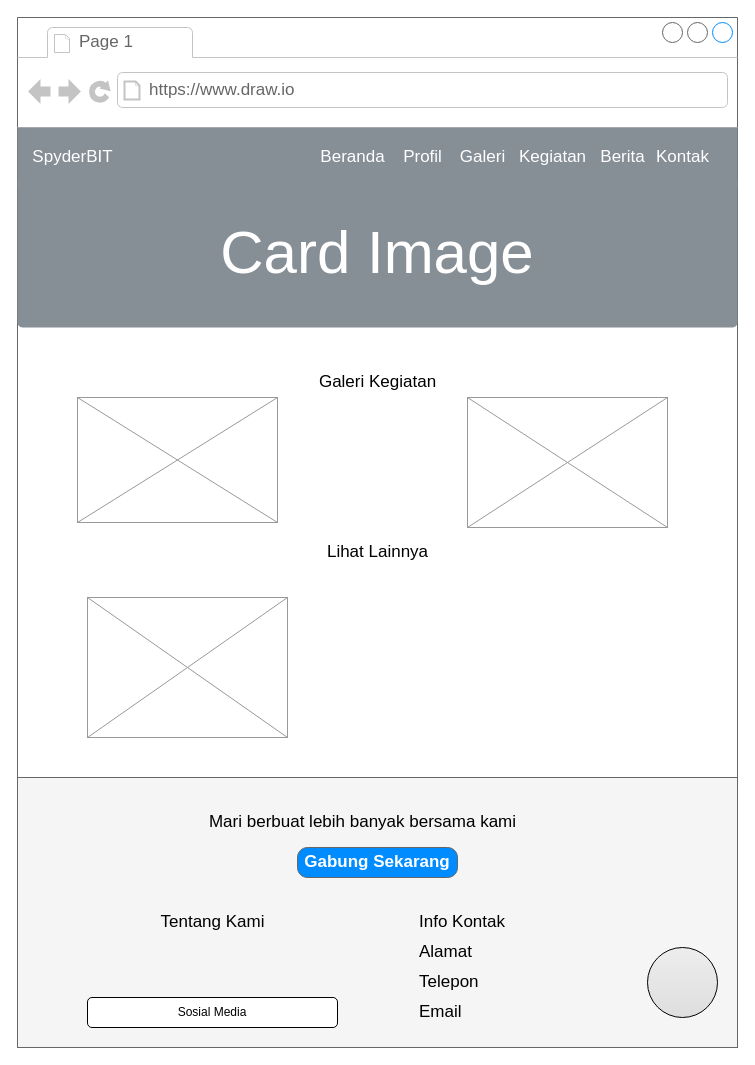
MuhammadFarrelPradipta/XML_PHP keeps this draw.io diagram as Desain Beranda User.drawio. Above is the earlier version. Source tidied: cells renumbered, new cells numbered last; positions are measured from the earlier drawing's top-left corner, leaving out a move shared by most shapes. Both pictures are drawn from the tidied source at 100%, with x=0, y=0 at pixel (17, 17).
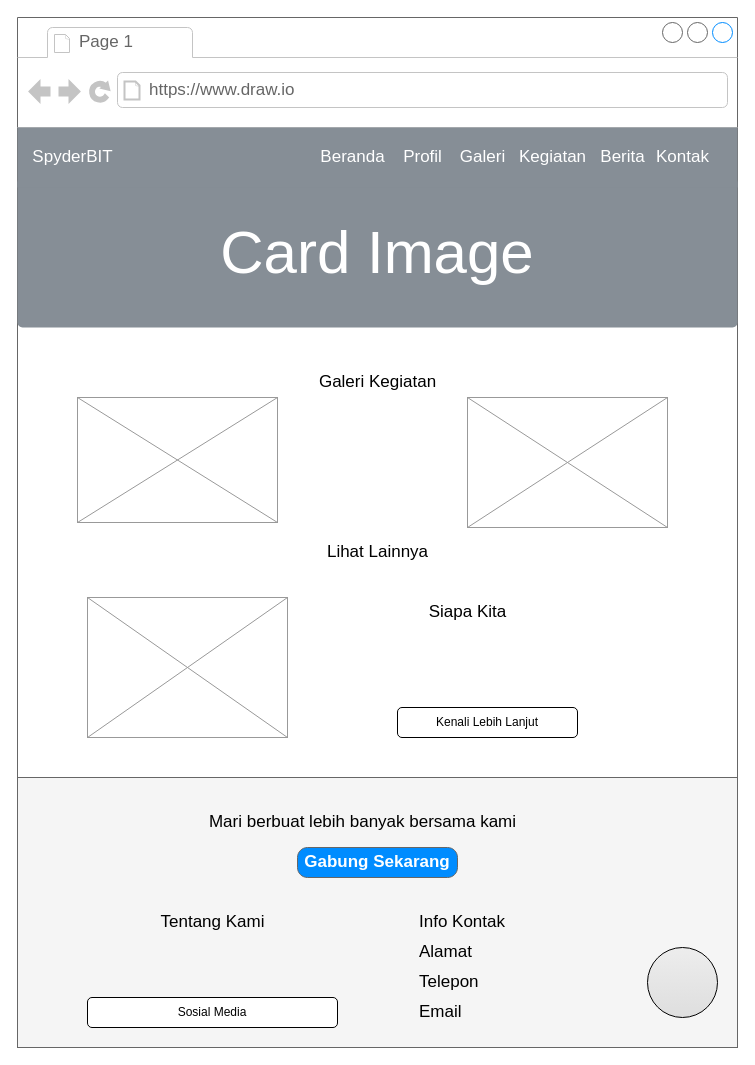
Above is the later version.

Unchanged cells that the change refers to:
```xml
<mxCell id="2" style="strokeWidth=1;shadow=0;dashed=0;align=center;html=1;shape=mxgraph.mockup.containers.browserWindow;rSize=0;strokeColor=#666666;strokeColor2=#008cff;strokeColor3=#c4c4c4;mainText=,;" parent="1" vertex="1">
  <mxGeometry width="720" height="1030" as="geometry" />
</mxCell>
```

The edit, as a diff of the source:
```diff
@@
+    <mxCell id="29" value="Kenali Lebih Lanjut" style="rounded=1;whiteSpace=wrap;html=1;" parent="2" vertex="1">
+      <mxGeometry x="380" y="690" width="180" height="30" as="geometry" />
+    </mxCell>
+    <mxCell id="30" value="&lt;font color=&quot;#000000&quot;&gt;Siapa Kita&lt;/font&gt;" style="shape=rectangle;strokeColor=none;fillColor=none;linkText=;fontSize=17;fontColor=#ffffff;fontStyle=0;html=1;align=center;" parent="2" vertex="1">
+      <mxGeometry x="370" y="580" width="160" height="30" as="geometry" />
+    </mxCell>
```
